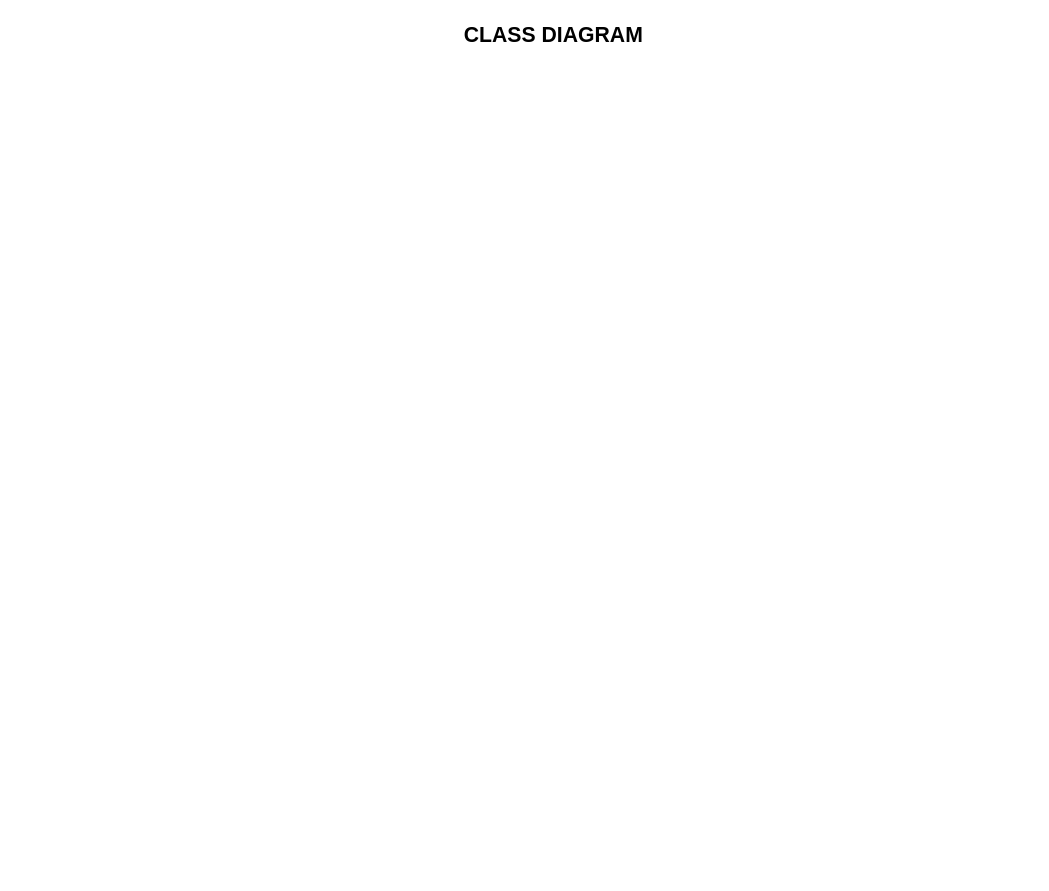
The draw.io diagram docs/conception/class-diagram.drawio in Keltoummalouki/Morocco360, before the edit. Source tidied: cells renumbered, new cells numbered last; positions are measured from the earlier drawing's top-left corner, leaving out a move shared by most shapes. Both pictures are drawn from the tidied source at 106%, with x=0, y=0 at pixel (341, 18).
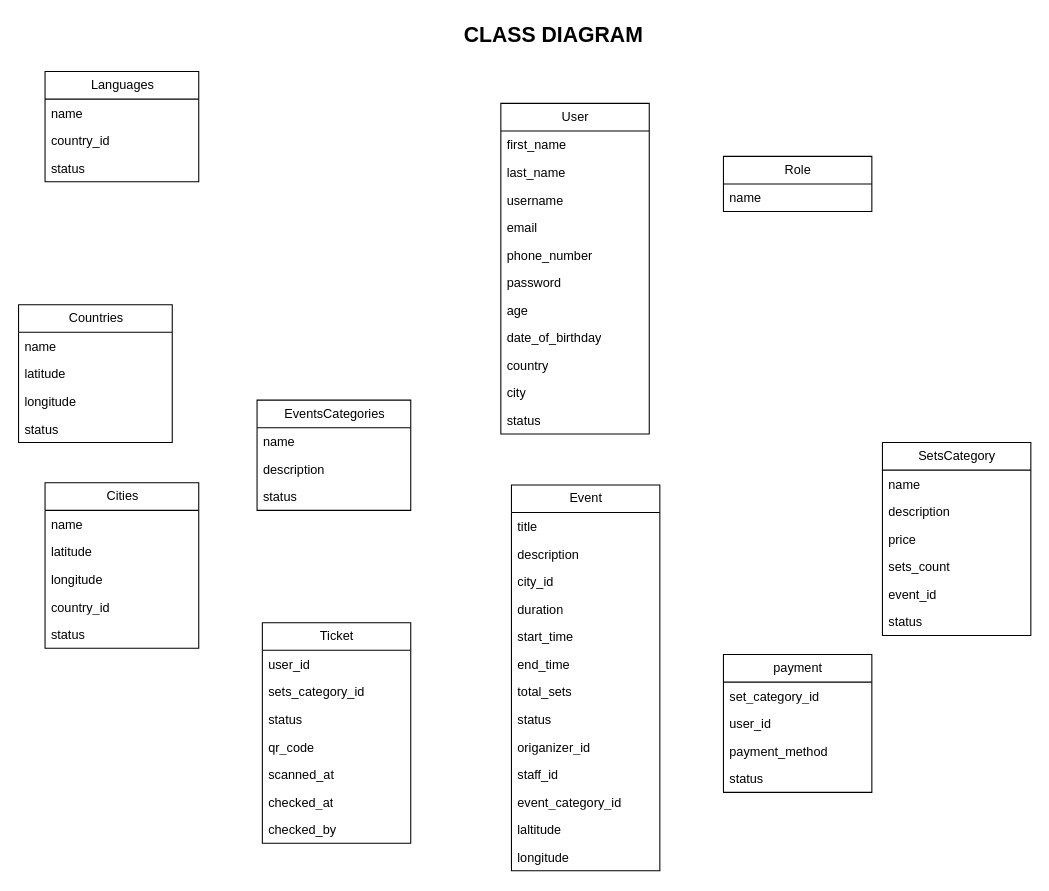
The same page after the edit.

The edit, as a diff of the source:
```diff
@@
     <mxCell id="2" value="1" style="endArrow=none;html=1;rounded=0;entryX=0.5;entryY=0;entryDx=0;entryDy=0;exitX=0.25;exitY=1;exitDx=0;exitDy=0;dashed=1;" parent="1" edge="1">
       <mxGeometry relative="1" as="geometry">
-        <mxPoint x="1100" y="345" as="targetPoint" />
+        <mxPoint x="2230" y="385" as="targetPoint" />
       </mxGeometry>
     </mxCell>
@@
+    <mxCell id="4" value="User" style="swimlane;fontStyle=0;horizontal=1;startSize=26;fillColor=none;html=1;" parent="1" vertex="1">
+      <mxGeometry x="150" y="80" width="140" height="312" as="geometry" />
+    </mxCell>
+    <mxCell id="5" value="first_name" style="text;strokeColor=none;fillColor=none;align=left;verticalAlign=top;spacingLeft=4;spacingRight=4;overflow=hidden;whiteSpace=wrap;html=1;" parent="4" vertex="1">
+      <mxGeometry y="26" width="140" height="26" as="geometry" />
+    </mxCell>
+    <mxCell id="6" value="last_name" style="text;strokeColor=none;fillColor=none;align=left;verticalAlign=top;spacingLeft=4;spacingRight=4;overflow=hidden;whiteSpace=wrap;html=1;" parent="4" vertex="1">
+      <mxGeometry y="52" width="140" height="26" as="geometry" />
+    </mxCell>
+    <mxCell id="7" value="username" style="text;strokeColor=none;fillColor=none;align=left;verticalAlign=top;spacingLeft=4;spacingRight=4;overflow=hidden;whiteSpace=wrap;html=1;" parent="4" vertex="1">
+      <mxGeometry y="78" width="140" height="26" as="geometry" />
+    </mxCell>
+    <mxCell id="8" value="email" style="text;strokeColor=none;fillColor=none;align=left;verticalAlign=top;spacingLeft=4;spacingRight=4;overflow=hidden;whiteSpace=wrap;html=1;" parent="4" vertex="1">
+      <mxGeometry y="104" width="140" height="26" as="geometry" />
+    </mxCell>
+    <mxCell id="9" value="phone_number" style="text;strokeColor=none;fillColor=none;align=left;verticalAlign=top;spacingLeft=4;spacingRight=4;overflow=hidden;whiteSpace=wrap;html=1;" parent="4" vertex="1">
+      <mxGeometry y="130" width="140" height="26" as="geometry" />
+    </mxCell>
+    <mxCell id="10" value="password" style="text;strokeColor=none;fillColor=none;align=left;verticalAlign=top;spacingLeft=4;spacingRight=4;overflow=hidden;whiteSpace=wrap;html=1;" parent="4" vertex="1">
+      <mxGeometry y="156" width="140" height="26" as="geometry" />
+    </mxCell>
+    <mxCell id="11" value="age" style="text;strokeColor=none;fillColor=none;align=left;verticalAlign=top;spacingLeft=4;spacingRight=4;overflow=hidden;whiteSpace=wrap;html=1;" parent="4" vertex="1">
+      <mxGeometry y="182" width="140" height="26" as="geometry" />
+    </mxCell>
+    <mxCell id="12" value="date_of_birthday" style="text;strokeColor=none;fillColor=none;align=left;verticalAlign=top;spacingLeft=4;spacingRight=4;overflow=hidden;whiteSpace=wrap;html=1;" parent="4" vertex="1">
+      <mxGeometry y="208" width="140" height="26" as="geometry" />
+    </mxCell>
+    <mxCell id="13" value="country" style="text;strokeColor=none;fillColor=none;align=left;verticalAlign=top;spacingLeft=4;spacingRight=4;overflow=hidden;whiteSpace=wrap;html=1;" parent="4" vertex="1">
+      <mxGeometry y="234" width="140" height="26" as="geometry" />
+    </mxCell>
+    <mxCell id="14" value="city" style="text;strokeColor=none;fillColor=none;align=left;verticalAlign=top;spacingLeft=4;spacingRight=4;overflow=hidden;whiteSpace=wrap;html=1;" parent="4" vertex="1">
+      <mxGeometry y="260" width="140" height="26" as="geometry" />
+    </mxCell>
+    <mxCell id="15" value="&lt;span style=&quot;color: rgb(0, 0, 0);&quot;&gt;status&lt;/span&gt;" style="text;strokeColor=none;fillColor=none;align=left;verticalAlign=top;spacingLeft=4;spacingRight=4;overflow=hidden;whiteSpace=wrap;html=1;" parent="4" vertex="1">
+      <mxGeometry y="286" width="140" height="26" as="geometry" />
+    </mxCell>
+    <mxCell id="16" value="Event" style="swimlane;fontStyle=0;horizontal=1;startSize=26;fillColor=none;html=1;" parent="1" vertex="1">
+      <mxGeometry x="160" y="440" width="140" height="364" as="geometry" />
+    </mxCell>
+    <mxCell id="17" value="title" style="text;strokeColor=none;fillColor=none;align=left;verticalAlign=top;spacingLeft=4;spacingRight=4;overflow=hidden;whiteSpace=wrap;html=1;" parent="16" vertex="1">
+      <mxGeometry y="26" width="140" height="26" as="geometry" />
+    </mxCell>
+    <mxCell id="18" value="description" style="text;strokeColor=none;fillColor=none;align=left;verticalAlign=top;spacingLeft=4;spacingRight=4;overflow=hidden;whiteSpace=wrap;html=1;" parent="16" vertex="1">
+      <mxGeometry y="52" width="140" height="26" as="geometry" />
+    </mxCell>
+    <mxCell id="19" value="city_id" style="text;strokeColor=none;fillColor=none;align=left;verticalAlign=top;spacingLeft=4;spacingRight=4;overflow=hidden;whiteSpace=wrap;html=1;" parent="16" vertex="1">
+      <mxGeometry y="78" width="140" height="26" as="geometry" />
+    </mxCell>
+    <mxCell id="20" value="duration" style="text;strokeColor=none;fillColor=none;align=left;verticalAlign=top;spacingLeft=4;spacingRight=4;overflow=hidden;whiteSpace=wrap;html=1;" parent="16" vertex="1">
+      <mxGeometry y="104" width="140" height="26" as="geometry" />
+    </mxCell>
+    <mxCell id="21" value="start_time" style="text;strokeColor=none;fillColor=none;align=left;verticalAlign=top;spacingLeft=4;spacingRight=4;overflow=hidden;whiteSpace=wrap;html=1;" parent="16" vertex="1">
+      <mxGeometry y="130" width="140" height="26" as="geometry" />
+    </mxCell>
+    <mxCell id="22" value="end_time" style="text;strokeColor=none;fillColor=none;align=left;verticalAlign=top;spacingLeft=4;spacingRight=4;overflow=hidden;whiteSpace=wrap;html=1;" parent="16" vertex="1">
+      <mxGeometry y="156" width="140" height="26" as="geometry" />
+    </mxCell>
+    <mxCell id="23" value="total_sets" style="text;strokeColor=none;fillColor=none;align=left;verticalAlign=top;spacingLeft=4;spacingRight=4;overflow=hidden;whiteSpace=wrap;html=1;" parent="16" vertex="1">
+      <mxGeometry y="182" width="140" height="26" as="geometry" />
+    </mxCell>
+    <mxCell id="24" value="status" style="text;strokeColor=none;fillColor=none;align=left;verticalAlign=top;spacingLeft=4;spacingRight=4;overflow=hidden;whiteSpace=wrap;html=1;" parent="16" vertex="1">
+      <mxGeometry y="208" width="140" height="26" as="geometry" />
+    </mxCell>
+    <mxCell id="25" value="origanizer_id" style="text;strokeColor=none;fillColor=none;align=left;verticalAlign=top;spacingLeft=4;spacingRight=4;overflow=hidden;whiteSpace=wrap;html=1;" parent="16" vertex="1">
+      <mxGeometry y="234" width="140" height="26" as="geometry" />
+    </mxCell>
+    <mxCell id="26" value="staff_id" style="text;strokeColor=none;fillColor=none;align=left;verticalAlign=top;spacingLeft=4;spacingRight=4;overflow=hidden;whiteSpace=wrap;html=1;" parent="16" vertex="1">
+      <mxGeometry y="260" width="140" height="26" as="geometry" />
+    </mxCell>
+    <mxCell id="27" value="event_category_id" style="text;strokeColor=none;fillColor=none;align=left;verticalAlign=top;spacingLeft=4;spacingRight=4;overflow=hidden;whiteSpace=wrap;html=1;" parent="16" vertex="1">
+      <mxGeometry y="286" width="140" height="26" as="geometry" />
+    </mxCell>
+    <mxCell id="28" value="laltitude" style="text;strokeColor=none;fillColor=none;align=left;verticalAlign=top;spacingLeft=4;spacingRight=4;overflow=hidden;whiteSpace=wrap;html=1;" parent="16" vertex="1">
+      <mxGeometry y="312" width="140" height="26" as="geometry" />
+    </mxCell>
+    <mxCell id="29" value="longitude" style="text;strokeColor=none;fillColor=none;align=left;verticalAlign=top;spacingLeft=4;spacingRight=4;overflow=hidden;whiteSpace=wrap;html=1;" parent="16" vertex="1">
+      <mxGeometry y="338" width="140" height="26" as="geometry" />
+    </mxCell>
+    <mxCell id="30" value="EventsCategories" style="swimlane;fontStyle=0;horizontal=1;startSize=26;fillColor=none;html=1;" parent="1" vertex="1">
+      <mxGeometry x="-80" y="360" width="145" height="104" as="geometry" />
+    </mxCell>
+    <mxCell id="31" value="name" style="text;strokeColor=none;fillColor=none;align=left;verticalAlign=top;spacingLeft=4;spacingRight=4;overflow=hidden;whiteSpace=wrap;html=1;" parent="30" vertex="1">
+      <mxGeometry y="26" width="145" height="26" as="geometry" />
+    </mxCell>
+    <mxCell id="32" value="description" style="text;strokeColor=none;fillColor=none;align=left;verticalAlign=top;spacingLeft=4;spacingRight=4;overflow=hidden;whiteSpace=wrap;html=1;" parent="30" vertex="1">
+      <mxGeometry y="52" width="145" height="26" as="geometry" />
+    </mxCell>
+    <mxCell id="33" value="status" style="text;strokeColor=none;fillColor=none;align=left;verticalAlign=top;spacingLeft=4;spacingRight=4;overflow=hidden;whiteSpace=wrap;html=1;" parent="30" vertex="1">
+      <mxGeometry y="78" width="145" height="26" as="geometry" />
+    </mxCell>
+    <mxCell id="34" value="SetsCategory" style="swimlane;fontStyle=0;horizontal=1;startSize=26;fillColor=none;html=1;" parent="1" vertex="1">
+      <mxGeometry x="510" y="400" width="140" height="182" as="geometry" />
+    </mxCell>
+    <mxCell id="35" value="name" style="text;strokeColor=none;fillColor=none;align=left;verticalAlign=top;spacingLeft=4;spacingRight=4;overflow=hidden;whiteSpace=wrap;html=1;" parent="34" vertex="1">
+      <mxGeometry y="26" width="140" height="26" as="geometry" />
+    </mxCell>
+    <mxCell id="36" value="description" style="text;strokeColor=none;fillColor=none;align=left;verticalAlign=top;spacingLeft=4;spacingRight=4;overflow=hidden;whiteSpace=wrap;html=1;" parent="34" vertex="1">
+      <mxGeometry y="52" width="140" height="26" as="geometry" />
+    </mxCell>
+    <mxCell id="37" value="price" style="text;strokeColor=none;fillColor=none;align=left;verticalAlign=top;spacingLeft=4;spacingRight=4;overflow=hidden;whiteSpace=wrap;html=1;" parent="34" vertex="1">
+      <mxGeometry y="78" width="140" height="26" as="geometry" />
+    </mxCell>
+    <mxCell id="38" value="sets_count" style="text;strokeColor=none;fillColor=none;align=left;verticalAlign=top;spacingLeft=4;spacingRight=4;overflow=hidden;whiteSpace=wrap;html=1;" parent="34" vertex="1">
+      <mxGeometry y="104" width="140" height="26" as="geometry" />
+    </mxCell>
+    <mxCell id="39" value="event_id" style="text;strokeColor=none;fillColor=none;align=left;verticalAlign=top;spacingLeft=4;spacingRight=4;overflow=hidden;whiteSpace=wrap;html=1;" parent="34" vertex="1">
+      <mxGeometry y="130" width="140" height="26" as="geometry" />
+    </mxCell>
+    <mxCell id="40" value="&lt;span style=&quot;color: rgb(0, 0, 0);&quot;&gt;status&lt;/span&gt;" style="text;strokeColor=none;fillColor=none;align=left;verticalAlign=top;spacingLeft=4;spacingRight=4;overflow=hidden;whiteSpace=wrap;html=1;" parent="34" vertex="1">
+      <mxGeometry y="156" width="140" height="26" as="geometry" />
+    </mxCell>
+    <mxCell id="41" value="Countries" style="swimlane;fontStyle=0;horizontal=1;startSize=26;fillColor=none;html=1;" parent="1" vertex="1">
+      <mxGeometry x="-305" y="270" width="145" height="130" as="geometry" />
+    </mxCell>
+    <mxCell id="42" value="name" style="text;strokeColor=none;fillColor=none;align=left;verticalAlign=top;spacingLeft=4;spacingRight=4;overflow=hidden;whiteSpace=wrap;html=1;" parent="41" vertex="1">
+      <mxGeometry y="26" width="145" height="26" as="geometry" />
+    </mxCell>
+    <mxCell id="43" value="latitude" style="text;strokeColor=none;fillColor=none;align=left;verticalAlign=top;spacingLeft=4;spacingRight=4;overflow=hidden;whiteSpace=wrap;html=1;" parent="41" vertex="1">
+      <mxGeometry y="52" width="145" height="26" as="geometry" />
+    </mxCell>
+    <mxCell id="44" value="longitude" style="text;strokeColor=none;fillColor=none;align=left;verticalAlign=top;spacingLeft=4;spacingRight=4;overflow=hidden;whiteSpace=wrap;html=1;" parent="41" vertex="1">
+      <mxGeometry y="78" width="145" height="26" as="geometry" />
+    </mxCell>
+    <mxCell id="45" value="&lt;span style=&quot;color: rgb(0, 0, 0);&quot;&gt;status&lt;/span&gt;" style="text;strokeColor=none;fillColor=none;align=left;verticalAlign=top;spacingLeft=4;spacingRight=4;overflow=hidden;whiteSpace=wrap;html=1;" parent="41" vertex="1">
+      <mxGeometry y="104" width="145" height="26" as="geometry" />
+    </mxCell>
+    <mxCell id="46" value="Cities" style="swimlane;fontStyle=0;horizontal=1;startSize=26;fillColor=none;html=1;" parent="1" vertex="1">
+      <mxGeometry x="-280" y="438" width="145" height="156" as="geometry" />
+    </mxCell>
+    <mxCell id="47" value="name" style="text;strokeColor=none;fillColor=none;align=left;verticalAlign=top;spacingLeft=4;spacingRight=4;overflow=hidden;whiteSpace=wrap;html=1;" parent="46" vertex="1">
+      <mxGeometry y="26" width="145" height="26" as="geometry" />
+    </mxCell>
+    <mxCell id="48" value="latitude" style="text;strokeColor=none;fillColor=none;align=left;verticalAlign=top;spacingLeft=4;spacingRight=4;overflow=hidden;whiteSpace=wrap;html=1;" parent="46" vertex="1">
+      <mxGeometry y="52" width="145" height="26" as="geometry" />
+    </mxCell>
+    <mxCell id="49" value="longitude" style="text;strokeColor=none;fillColor=none;align=left;verticalAlign=top;spacingLeft=4;spacingRight=4;overflow=hidden;whiteSpace=wrap;html=1;" parent="46" vertex="1">
+      <mxGeometry y="78" width="145" height="26" as="geometry" />
+    </mxCell>
+    <mxCell id="50" value="country_id" style="text;strokeColor=none;fillColor=none;align=left;verticalAlign=top;spacingLeft=4;spacingRight=4;overflow=hidden;whiteSpace=wrap;html=1;" parent="46" vertex="1">
+      <mxGeometry y="104" width="145" height="26" as="geometry" />
+    </mxCell>
+    <mxCell id="51" value="&lt;span style=&quot;color: rgb(0, 0, 0);&quot;&gt;status&lt;/span&gt;" style="text;strokeColor=none;fillColor=none;align=left;verticalAlign=top;spacingLeft=4;spacingRight=4;overflow=hidden;whiteSpace=wrap;html=1;" parent="46" vertex="1">
+      <mxGeometry y="130" width="145" height="26" as="geometry" />
+    </mxCell>
+    <mxCell id="52" value="Languages" style="swimlane;fontStyle=0;horizontal=1;startSize=26;fillColor=none;html=1;" parent="1" vertex="1">
+      <mxGeometry x="-280" y="50" width="145" height="104" as="geometry" />
+    </mxCell>
+    <mxCell id="53" value="name" style="text;strokeColor=none;fillColor=none;align=left;verticalAlign=top;spacingLeft=4;spacingRight=4;overflow=hidden;whiteSpace=wrap;html=1;" parent="52" vertex="1">
+      <mxGeometry y="26" width="145" height="26" as="geometry" />
+    </mxCell>
+    <mxCell id="54" value="country_id" style="text;strokeColor=none;fillColor=none;align=left;verticalAlign=top;spacingLeft=4;spacingRight=4;overflow=hidden;whiteSpace=wrap;html=1;" parent="52" vertex="1">
+      <mxGeometry y="52" width="145" height="26" as="geometry" />
+    </mxCell>
+    <mxCell id="55" value="&lt;span style=&quot;color: rgb(0, 0, 0);&quot;&gt;status&lt;/span&gt;" style="text;strokeColor=none;fillColor=none;align=left;verticalAlign=top;spacingLeft=4;spacingRight=4;overflow=hidden;whiteSpace=wrap;html=1;" parent="52" vertex="1">
+      <mxGeometry y="78" width="145" height="26" as="geometry" />
+    </mxCell>
+    <mxCell id="56" value="Ticket" style="swimlane;fontStyle=0;horizontal=1;startSize=26;fillColor=none;html=1;" parent="1" vertex="1">
+      <mxGeometry x="-75" y="570" width="140" height="208" as="geometry" />
+    </mxCell>
+    <mxCell id="57" value="user_id" style="text;strokeColor=none;fillColor=none;align=left;verticalAlign=top;spacingLeft=4;spacingRight=4;overflow=hidden;whiteSpace=wrap;html=1;" parent="56" vertex="1">
+      <mxGeometry y="26" width="140" height="26" as="geometry" />
+    </mxCell>
+    <mxCell id="58" value="sets_category_id" style="text;strokeColor=none;fillColor=none;align=left;verticalAlign=top;spacingLeft=4;spacingRight=4;overflow=hidden;whiteSpace=wrap;html=1;" parent="56" vertex="1">
+      <mxGeometry y="52" width="140" height="26" as="geometry" />
+    </mxCell>
+    <mxCell id="59" value="status" style="text;strokeColor=none;fillColor=none;align=left;verticalAlign=top;spacingLeft=4;spacingRight=4;overflow=hidden;whiteSpace=wrap;html=1;" parent="56" vertex="1">
+      <mxGeometry y="78" width="140" height="26" as="geometry" />
+    </mxCell>
+    <mxCell id="60" value="qr_code" style="text;strokeColor=none;fillColor=none;align=left;verticalAlign=top;spacingLeft=4;spacingRight=4;overflow=hidden;whiteSpace=wrap;html=1;" parent="56" vertex="1">
+      <mxGeometry y="104" width="140" height="26" as="geometry" />
+    </mxCell>
+    <mxCell id="61" value="scanned_at" style="text;strokeColor=none;fillColor=none;align=left;verticalAlign=top;spacingLeft=4;spacingRight=4;overflow=hidden;whiteSpace=wrap;html=1;" parent="56" vertex="1">
+      <mxGeometry y="130" width="140" height="26" as="geometry" />
+    </mxCell>
+    <mxCell id="62" value="checked_at" style="text;strokeColor=none;fillColor=none;align=left;verticalAlign=top;spacingLeft=4;spacingRight=4;overflow=hidden;whiteSpace=wrap;html=1;" parent="56" vertex="1">
+      <mxGeometry y="156" width="140" height="26" as="geometry" />
+    </mxCell>
+    <mxCell id="63" value="checked_by" style="text;strokeColor=none;fillColor=none;align=left;verticalAlign=top;spacingLeft=4;spacingRight=4;overflow=hidden;whiteSpace=wrap;html=1;" parent="56" vertex="1">
+      <mxGeometry y="182" width="140" height="26" as="geometry" />
+    </mxCell>
+    <mxCell id="64" value="payment" style="swimlane;fontStyle=0;horizontal=1;startSize=26;fillColor=none;html=1;" parent="1" vertex="1">
+      <mxGeometry x="360" y="600" width="140" height="130" as="geometry" />
+    </mxCell>
+    <mxCell id="65" value="set_category_id" style="text;strokeColor=none;fillColor=none;align=left;verticalAlign=top;spacingLeft=4;spacingRight=4;overflow=hidden;whiteSpace=wrap;html=1;" parent="64" vertex="1">
+      <mxGeometry y="26" width="140" height="26" as="geometry" />
+    </mxCell>
+    <mxCell id="66" value="user_id" style="text;strokeColor=none;fillColor=none;align=left;verticalAlign=top;spacingLeft=4;spacingRight=4;overflow=hidden;whiteSpace=wrap;html=1;" parent="64" vertex="1">
+      <mxGeometry y="52" width="140" height="26" as="geometry" />
+    </mxCell>
+    <mxCell id="67" value="payment_method" style="text;strokeColor=none;fillColor=none;align=left;verticalAlign=top;spacingLeft=4;spacingRight=4;overflow=hidden;whiteSpace=wrap;html=1;" parent="64" vertex="1">
+      <mxGeometry y="78" width="140" height="26" as="geometry" />
+    </mxCell>
+    <mxCell id="68" value="status" style="text;strokeColor=none;fillColor=none;align=left;verticalAlign=top;spacingLeft=4;spacingRight=4;overflow=hidden;whiteSpace=wrap;html=1;" parent="64" vertex="1">
+      <mxGeometry y="104" width="140" height="26" as="geometry" />
+    </mxCell>
+    <mxCell id="69" value="Role" style="swimlane;fontStyle=0;horizontal=1;startSize=26;fillColor=none;html=1;" parent="1" vertex="1">
+      <mxGeometry x="360" y="130" width="140" height="52" as="geometry" />
+    </mxCell>
+    <mxCell id="70" value="name" style="text;strokeColor=none;fillColor=none;align=left;verticalAlign=top;spacingLeft=4;spacingRight=4;overflow=hidden;whiteSpace=wrap;html=1;" parent="69" vertex="1">
+      <mxGeometry y="26" width="140" height="26" as="geometry" />
+    </mxCell>
```
